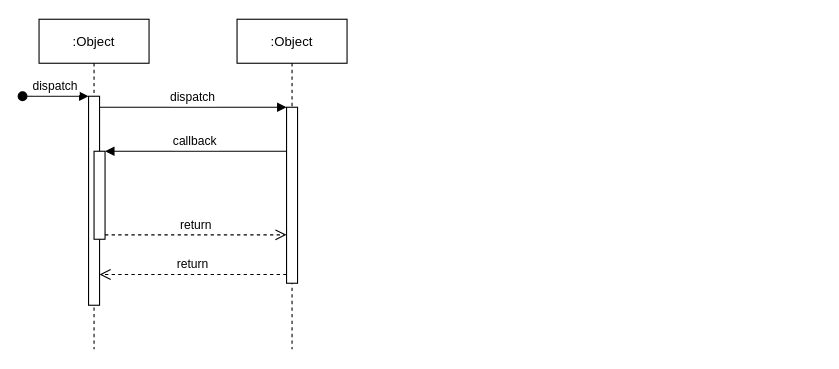
Earlier version of the draw.io diagram DICOM Bridge Emulator.drawio (xyzish/Diagram). Source tidied: cells renumbered, new cells numbered last; positions are measured from the earlier drawing's top-left corner, leaving out a move shared by most shapes. Both pictures are drawn from the tidied source at 110%, with x=0, y=0 at pixel (22, 19).
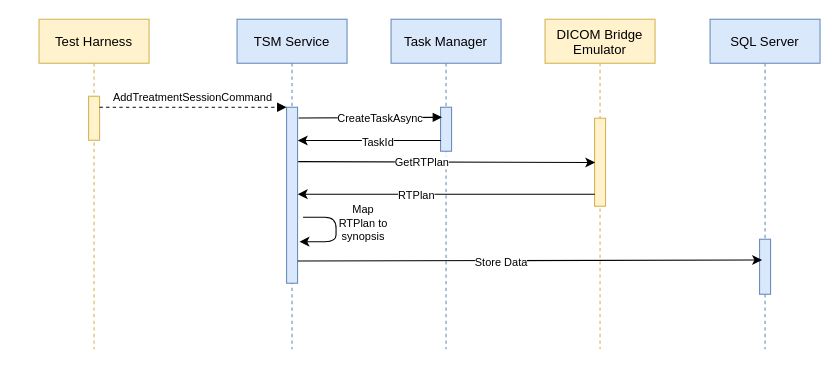
After the change.

Diff of the diagram source:
```diff
@@
-    <mxCell id="2" value=":Object" style="shape=umlLifeline;perimeter=lifelinePerimeter;rounded=0;shadow=0;strokeWidth=1;" parent="1" vertex="1">
+    <mxCell id="2" value="Test Harness" style="shape=umlLifeline;perimeter=lifelinePerimeter;rounded=0;shadow=0;strokeWidth=1;fillColor=#fff2cc;strokeColor=#d6b656;" parent="1" vertex="1">
       <mxGeometry x="15" width="100" height="300" as="geometry" />
     </mxCell>
-    <mxCell id="3" style="points=[];perimeter=orthogonalPerimeter;rounded=0;shadow=0;strokeWidth=1;" parent="2" vertex="1">
-      <mxGeometry x="45" y="70" width="10" height="190" as="geometry" />
+    <mxCell id="3" style="points=[];perimeter=orthogonalPerimeter;rounded=0;shadow=0;strokeWidth=1;fillColor=#fff2cc;strokeColor=#d6b656;" parent="2" vertex="1">
+      <mxGeometry x="45" y="70" width="10" height="40" as="geometry" />
     </mxCell>
-    <mxCell id="4" value="dispatch" style="verticalAlign=bottom;startArrow=oval;endArrow=block;startSize=8;shadow=0;strokeWidth=1;" parent="2" edge="1" target="3">
-      <mxGeometry relative="1" as="geometry">
-        <mxPoint x="-15" y="70" as="sourcePoint" />
-      </mxGeometry>
-    </mxCell>
-    <mxCell id="5" style="points=[];perimeter=orthogonalPerimeter;rounded=0;shadow=0;strokeWidth=1;" parent="2" vertex="1">
-      <mxGeometry x="50" y="120" width="10" height="80" as="geometry" />
-    </mxCell>
-    <mxCell id="6" value=":Object" style="shape=umlLifeline;perimeter=lifelinePerimeter;rounded=0;shadow=0;strokeWidth=1;" parent="1" vertex="1">
+    <mxCell id="6" value="TSM Service" style="shape=umlLifeline;perimeter=lifelinePerimeter;rounded=0;shadow=0;strokeWidth=1;fillColor=#dae8fc;strokeColor=#6c8ebf;" parent="1" vertex="1">
       <mxGeometry x="195" width="100" height="300" as="geometry" />
     </mxCell>
-    <mxCell id="7" style="points=[];perimeter=orthogonalPerimeter;rounded=0;shadow=0;strokeWidth=1;" parent="6" vertex="1">
+    <mxCell id="7" style="points=[];perimeter=orthogonalPerimeter;rounded=0;shadow=0;strokeWidth=1;fillColor=#dae8fc;strokeColor=#6c8ebf;" parent="6" vertex="1">
       <mxGeometry x="45" y="80" width="10" height="160" as="geometry" />
     </mxCell>
-    <mxCell id="8" value="return" style="verticalAlign=bottom;endArrow=open;dashed=1;endSize=8;exitX=0;exitY=0.95;shadow=0;strokeWidth=1;" parent="1" edge="1" source="7" target="3">
-      <mxGeometry relative="1" as="geometry" />
-    </mxCell>
+    <mxCell id="12" style="endArrow=classic;html=1;fontSize=10;edgeStyle=orthogonalEdgeStyle;entryX=1.18;entryY=0.764;entryDx=0;entryDy=0;entryPerimeter=0;" parent="6" edge="1" target="7">
+      <mxGeometry relative="1" as="geometry">
+        <mxPoint x="60" y="180" as="sourcePoint" />
+        <Array as="points">
+          <mxPoint x="90" y="180" />
+          <mxPoint x="90" y="202" />
+        </Array>
+      </mxGeometry>
+    </mxCell>
-    <mxCell id="9" value="dispatch" style="verticalAlign=bottom;endArrow=block;entryX=0;entryY=0;shadow=0;strokeWidth=1;" parent="1" edge="1" source="3" target="7">
+    <mxCell id="9" value="AddTreatmentSessionCommand" style="verticalAlign=bottom;endArrow=block;entryX=0;entryY=0;shadow=0;strokeWidth=1;dashed=1;fontSize=10;fontStyle=0;" parent="1" edge="1" source="3" target="7">
       <mxGeometry relative="1" as="geometry" />
     </mxCell>
-    <mxCell id="10" value="callback" style="verticalAlign=bottom;endArrow=block;entryX=1;entryY=0;shadow=0;strokeWidth=1;" parent="1" edge="1" source="7" target="5">
-      <mxGeometry relative="1" as="geometry" />
-    </mxCell>
-    <mxCell id="11" value="return" style="verticalAlign=bottom;endArrow=open;dashed=1;endSize=8;exitX=1;exitY=0.95;shadow=0;strokeWidth=1;" parent="1" edge="1" source="5" target="7">
-      <mxGeometry relative="1" as="geometry" />
-    </mxCell>
+    <mxCell id="13" value="Task Manager" style="shape=umlLifeline;perimeter=lifelinePerimeter;rounded=0;shadow=0;strokeWidth=1;fillColor=#dae8fc;strokeColor=#6c8ebf;" parent="1" vertex="1">
+      <mxGeometry x="335" width="100" height="300" as="geometry" />
+    </mxCell>
+    <mxCell id="14" style="points=[];perimeter=orthogonalPerimeter;rounded=0;shadow=0;strokeWidth=1;fillColor=#dae8fc;strokeColor=#6c8ebf;" parent="13" vertex="1">
+      <mxGeometry x="45" y="80" width="10" height="40" as="geometry" />
+    </mxCell>
+    <mxCell id="15" value="DICOM Bridge&#10; Emulator" style="shape=umlLifeline;perimeter=lifelinePerimeter;rounded=0;shadow=0;strokeWidth=1;fillColor=#fff2cc;strokeColor=#d6b656;" parent="1" vertex="1">
+      <mxGeometry x="475" width="100" height="300" as="geometry" />
+    </mxCell>
+    <mxCell id="16" style="points=[];perimeter=orthogonalPerimeter;rounded=0;shadow=0;strokeWidth=1;fillColor=#fff2cc;strokeColor=#d6b656;" parent="15" vertex="1">
+      <mxGeometry x="45" y="90" width="10" height="80" as="geometry" />
+    </mxCell>
+    <mxCell id="17" style="verticalAlign=bottom;endArrow=block;shadow=0;strokeWidth=1;fontSize=10;fontStyle=0;exitX=1.1;exitY=0.061;exitDx=0;exitDy=0;exitPerimeter=0;entryX=0.143;entryY=0.229;entryDx=0;entryDy=0;entryPerimeter=0;" parent="1" edge="1" source="7" target="14">
+      <mxGeometry x="-0.02" y="10" relative="1" as="geometry" />
+    </mxCell>
+    <mxCell id="18" value="CreateTaskAsync" style="edgeLabel;html=1;align=center;verticalAlign=middle;fontSize=10;" parent="17" vertex="1">
+      <mxGeometry x="0.13" relative="1" as="geometry" />
+    </mxCell>
+    <mxCell id="19" style="endArrow=classic;html=1;fontSize=10;exitX=0.02;exitY=0.755;exitDx=0;exitDy=0;exitPerimeter=0;entryX=1.02;entryY=0.189;entryDx=0;entryDy=0;entryPerimeter=0;" parent="1" edge="1" source="14" target="7">
+      <mxGeometry relative="1" as="geometry" />
+    </mxCell>
+    <mxCell id="20" value="TaskId" style="edgeLabel;html=1;align=center;verticalAlign=middle;fontSize=10;" parent="19" vertex="1">
+      <mxGeometry x="-0.11" y="1" relative="1" as="geometry" />
+    </mxCell>
+    <mxCell id="21" style="endArrow=classic;html=1;fontSize=10;exitX=1.06;exitY=0.309;exitDx=0;exitDy=0;exitPerimeter=0;entryX=0.06;entryY=0.503;entryDx=0;entryDy=0;entryPerimeter=0;" parent="1" edge="1" source="7" target="16">
+      <mxGeometry relative="1" as="geometry" />
+    </mxCell>
+    <mxCell id="22" value="GetRTPlan" style="edgeLabel;html=1;align=center;verticalAlign=middle;fontSize=10;" parent="21" vertex="1">
+      <mxGeometry x="-0.17" relative="1" as="geometry" />
+    </mxCell>
+    <mxCell id="23" style="endArrow=classic;html=1;fontSize=10;entryX=1.02;entryY=0.494;entryDx=0;entryDy=0;entryPerimeter=0;exitX=0.02;exitY=0.863;exitDx=0;exitDy=0;exitPerimeter=0;" parent="1" edge="1" source="16" target="7">
+      <mxGeometry relative="1" as="geometry" />
+    </mxCell>
+    <mxCell id="24" value="RTPlan" style="edgeLabel;html=1;align=center;verticalAlign=middle;fontSize=10;" parent="23" vertex="1">
+      <mxGeometry x="0.21" relative="1" as="geometry" />
+    </mxCell>
+    <mxCell id="25" value="Map RTPlan to synopsis" style="text;html=1;strokeColor=none;fillColor=none;align=center;verticalAlign=middle;whiteSpace=wrap;rounded=0;fontSize=10;" parent="1" vertex="1">
+      <mxGeometry x="285" y="170" width="50" height="30" as="geometry" />
+    </mxCell>
+    <mxCell id="26" value="SQL Server" style="shape=umlLifeline;perimeter=lifelinePerimeter;rounded=0;shadow=0;strokeWidth=1;fillColor=#dae8fc;strokeColor=#6c8ebf;" parent="1" vertex="1">
+      <mxGeometry x="625" width="100" height="300" as="geometry" />
+    </mxCell>
+    <mxCell id="27" style="points=[];perimeter=orthogonalPerimeter;rounded=0;shadow=0;strokeWidth=1;fillColor=#dae8fc;strokeColor=#6c8ebf;" parent="26" vertex="1">
+      <mxGeometry x="45" y="200" width="10" height="50" as="geometry" />
+    </mxCell>
+    <mxCell id="28" style="endArrow=classic;html=1;fontSize=10;exitX=1.02;exitY=0.874;exitDx=0;exitDy=0;exitPerimeter=0;entryX=0.229;entryY=0.377;entryDx=0;entryDy=0;entryPerimeter=0;endSize=6;rounded=1;" parent="1" edge="1" source="7" target="27">
+      <mxGeometry relative="1" as="geometry" />
+    </mxCell>
+    <mxCell id="29" value="Store Data" style="edgeLabel;html=1;align=center;verticalAlign=middle;fontSize=10;" parent="28" vertex="1">
+      <mxGeometry x="-0.13" y="-1" relative="1" as="geometry" />
+    </mxCell>
```
